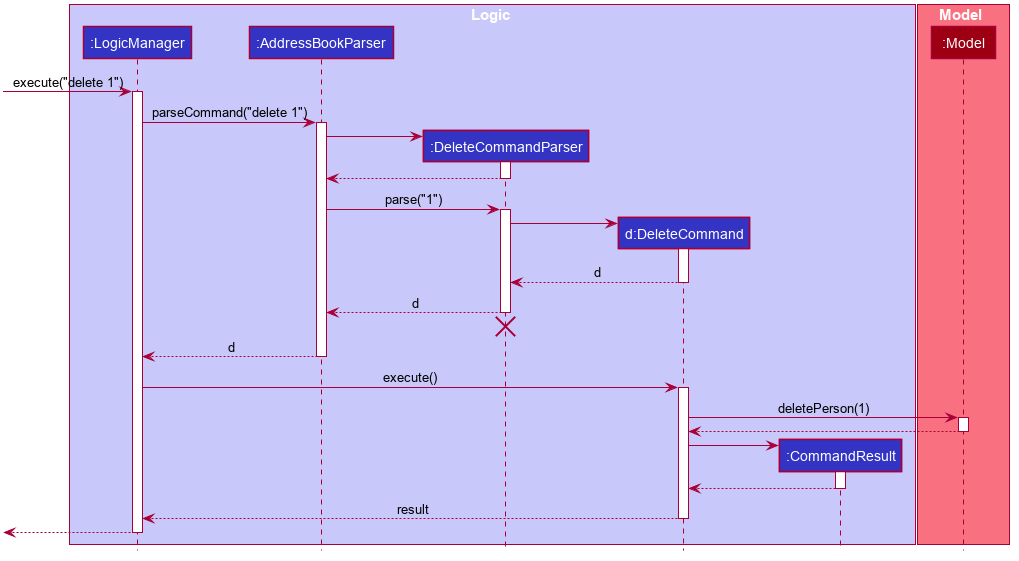
Above: docs/images/DeleteSequenceDiagram.png in nus-cs2103-AY2021S2/tp (PlantUML), before the change.
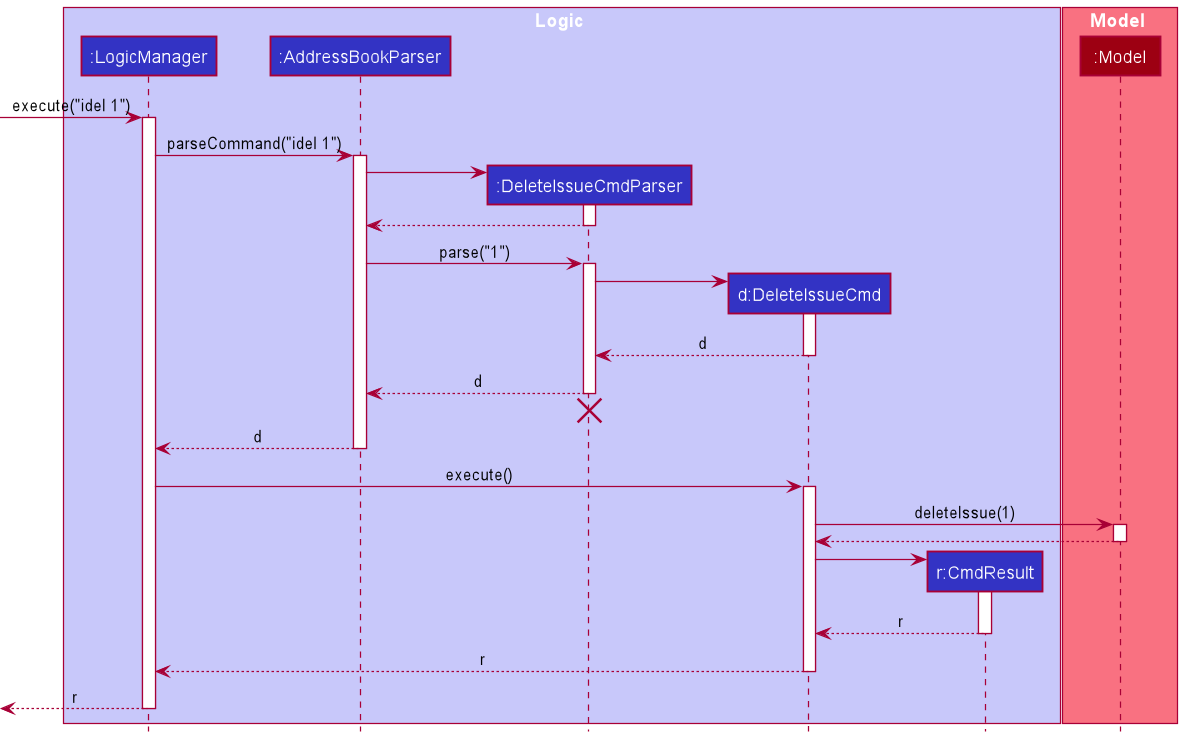
After the change.

Commit message:
Docs(DG): Update Logic component section

Change to the diagram source:
```diff
@@ -1,115 +1,68 @@
 @startuml
+!include style.puml
 
-
-
-
-
-
-
-
-skinparam BackgroundColor #FFFFFFF
-
-skinparam Shadowing false
-
-skinparam Class {
-    FontColor #FFFFFF
-    BorderThickness 1
-    BorderColor #FFFFFF
-    StereotypeFontColor #FFFFFF
-    FontName Arial
-}
-
-skinparam Actor {
-    BorderColor #000000
-    Color #000000
-    FontName Arial
-}
-
-skinparam Sequence {
-    MessageAlign center
-    BoxFontSize 15
-    BoxPadding 0
-    BoxFontColor #FFFFFF
-    FontName Arial
-}
-
-skinparam Participant {
-    FontColor #FFFFFFF
-    Padding 20
-}
-
-skinparam MinClassWidth 50
-skinparam ParticipantPadding 10
-skinparam Shadowing false
-skinparam DefaultTextAlignment center
-skinparam packageStyle Rectangle
-
-hide footbox
-hide members
-hide circle
-
-box Logic #C8C8FA
-participant ":LogicManager" as LogicManager #3333C4
-participant ":AddressBookParser" as AddressBookParser #3333C4
-participant ":DeleteCommandParser" as DeleteCommandParser #3333C4
-participant "d:DeleteCommand" as DeleteCommand #3333C4
-participant ":CommandResult" as CommandResult #3333C4
+box Logic LOGIC_COLOR_T1
+participant ":LogicManager" as LogicManager LOGIC_COLOR
+participant ":AddressBookParser" as AddressBookParser LOGIC_COLOR
+participant ":DeleteIssueCmdParser" as DeleteIssueCommandParser LOGIC_COLOR
+participant "d:DeleteIssueCmd" as DeleteIssueCommand LOGIC_COLOR
+participant "r:CmdResult" as CommandResult LOGIC_COLOR
 end box
 
-box Model #F97181
-participant ":Model" as Model #9D0012
+box Model MODEL_COLOR_T1
+participant ":Model" as Model MODEL_COLOR
 end box
 
-[-> LogicManager : execute("delete 1")
+[-> LogicManager : execute("idel 1")
 activate LogicManager
 
-LogicManager -> AddressBookParser : parseCommand("delete 1")
+LogicManager -> AddressBookParser : parseCommand("idel 1")
 activate AddressBookParser
 
-create DeleteCommandParser
-AddressBookParser -> DeleteCommandParser
-activate DeleteCommandParser
+create DeleteIssueCommandParser
+AddressBookParser -> DeleteIssueCommandParser
+activate DeleteIssueCommandParser
 
-DeleteCommandParser --> AddressBookParser
-deactivate DeleteCommandParser
+DeleteIssueCommandParser --> AddressBookParser
+deactivate DeleteIssueCommandParser
 
-AddressBookParser -> DeleteCommandParser : parse("1")
-activate DeleteCommandParser
+AddressBookParser -> DeleteIssueCommandParser : parse("1")
+activate DeleteIssueCommandParser
 
-create DeleteCommand
-DeleteCommandParser -> DeleteCommand
-activate DeleteCommand
+create DeleteIssueCommand
+DeleteIssueCommandParser -> DeleteIssueCommand
+activate DeleteIssueCommand
 
-DeleteCommand --> DeleteCommandParser : d
-deactivate DeleteCommand
+DeleteIssueCommand --> DeleteIssueCommandParser : d
+deactivate DeleteIssueCommand
 
-DeleteCommandParser --> AddressBookParser : d
-deactivate DeleteCommandParser
-DeleteCommandParser -[hidden]-> AddressBookParser
-destroy DeleteCommandParser
+DeleteIssueCommandParser --> AddressBookParser : d
+deactivate DeleteIssueCommandParser
+DeleteIssueCommandParser -[hidden]-> AddressBookParser
+destroy DeleteIssueCommandParser
 
 AddressBookParser --> LogicManager : d
 deactivate AddressBookParser
 
-LogicManager -> DeleteCommand : execute()
-activate DeleteCommand
+LogicManager -> DeleteIssueCommand : execute()
+activate DeleteIssueCommand
 
-DeleteCommand -> Model : deletePerson(1)
+DeleteIssueCommand -> Model : deleteIssue(1)
 activate Model
 
-Model --> DeleteCommand
+Model --> DeleteIssueCommand
 deactivate Model
 
 create CommandResult
-DeleteCommand -> CommandResult
+DeleteIssueCommand -> CommandResult
 activate CommandResult
 
-CommandResult --> DeleteCommand
+CommandResult --> DeleteIssueCommand : r
 deactivate CommandResult
 
-DeleteCommand --> LogicManager : result
-deactivate DeleteCommand
+DeleteIssueCommand --> LogicManager : r
+deactivate DeleteIssueCommand
 
-[<--LogicManager
+[<--LogicManager : r
 deactivate LogicManager
 @enduml
```
